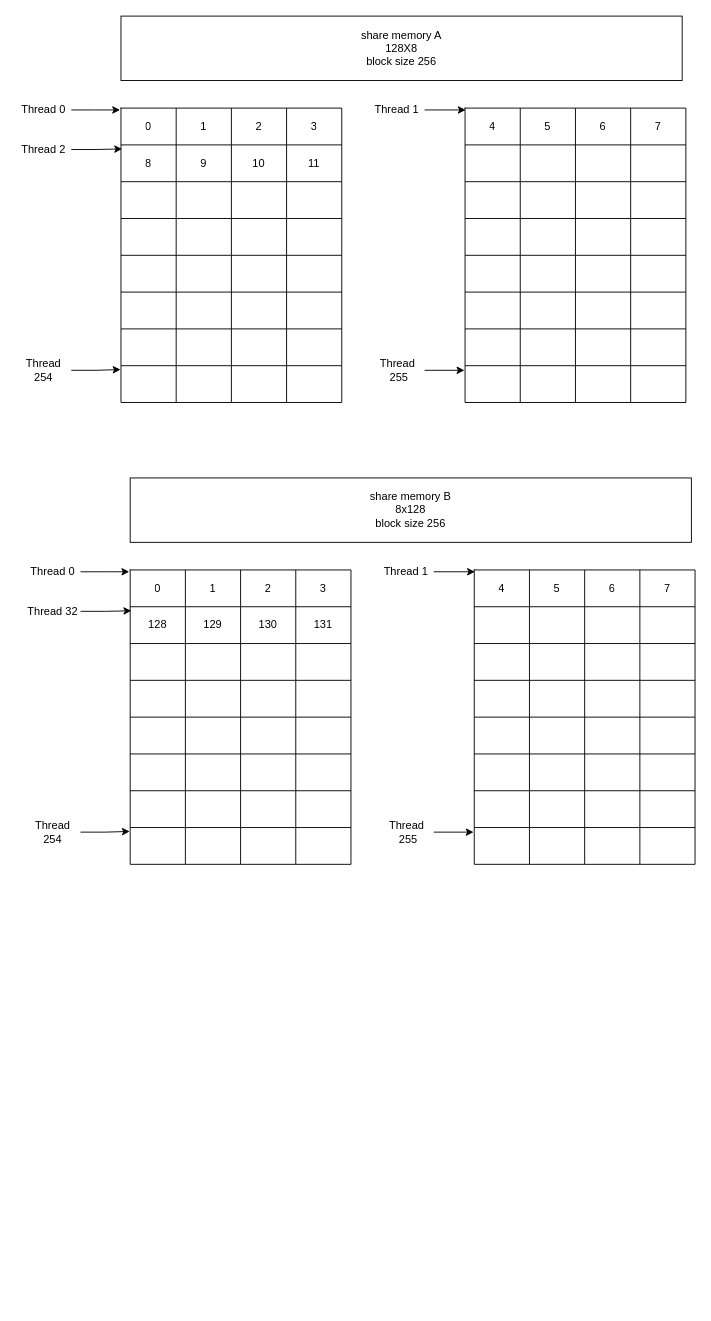
COthello/mesadoc keeps this draw.io diagram as cuda_matmul.drawio. Above is the earlier version. Source tidied: cells renumbered, new cells numbered last; positions are measured from the earlier drawing's top-left corner, leaving out a move shared by most shapes. Both pictures are drawn from the tidied source at 92%, with x=0, y=0 at pixel (16, 16).
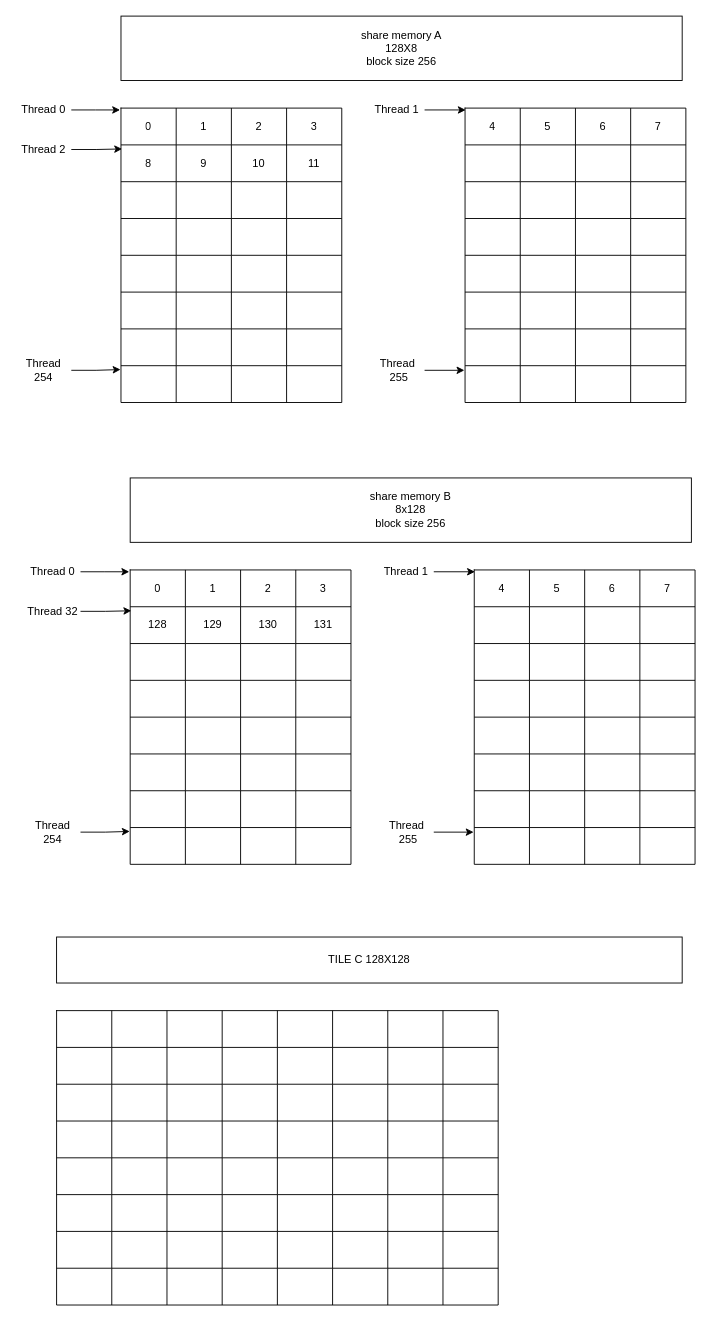
Above is the later version.

Diff of the diagram source:
```diff
@@
+    <mxCell id="188" style="shape=table;startSize=0;childLayout=tableLayout;" parent="1" vertex="1">
+      <mxGeometry x="44" y="1081" width="480" height="320" as="geometry" />
+    </mxCell>
+    <mxCell id="189" style="shape=tableRow;horizontal=0;startSize=0;swimlaneHead=0;swimlaneBody=0;strokeColor=inherit;top=0;left=0;bottom=0;right=0;fillColor=none;" parent="188" vertex="1">
+      <mxGeometry width="480" height="40" as="geometry" />
+    </mxCell>
+    <mxCell id="190" style="shape=partialRectangle;html=1;whiteSpace=wrap;strokeColor=inherit;overflow=hidden;fillColor=none;top=0;left=0;bottom=0;right=0;" parent="189" vertex="1">
+      <mxGeometry width="60" height="40" as="geometry" />
+    </mxCell>
+    <mxCell id="191" style="shape=partialRectangle;html=1;whiteSpace=wrap;strokeColor=inherit;overflow=hidden;fillColor=none;top=0;left=0;bottom=0;right=0;" parent="189" vertex="1">
+      <mxGeometry x="60" width="60" height="40" as="geometry" />
+    </mxCell>
+    <mxCell id="192" style="shape=partialRectangle;html=1;whiteSpace=wrap;strokeColor=inherit;overflow=hidden;fillColor=none;top=0;left=0;bottom=0;right=0;" parent="189" vertex="1">
+      <mxGeometry x="120" width="60" height="40" as="geometry" />
+    </mxCell>
+    <mxCell id="193" style="shape=partialRectangle;html=1;whiteSpace=wrap;strokeColor=inherit;overflow=hidden;fillColor=none;top=0;left=0;bottom=0;right=0;" parent="189" vertex="1">
+      <mxGeometry x="180" width="60" height="40" as="geometry" />
+    </mxCell>
+    <mxCell id="194" style="shape=partialRectangle;html=1;whiteSpace=wrap;strokeColor=inherit;overflow=hidden;fillColor=none;top=0;left=0;bottom=0;right=0;" parent="189" vertex="1">
+      <mxGeometry x="240" width="60" height="40" as="geometry" />
+    </mxCell>
+    <mxCell id="195" style="shape=partialRectangle;html=1;whiteSpace=wrap;strokeColor=inherit;overflow=hidden;fillColor=none;top=0;left=0;bottom=0;right=0;" parent="189" vertex="1">
+      <mxGeometry x="300" width="60" height="40" as="geometry" />
+    </mxCell>
+    <mxCell id="196" style="shape=partialRectangle;html=1;whiteSpace=wrap;strokeColor=inherit;overflow=hidden;fillColor=none;top=0;left=0;bottom=0;right=0;" parent="189" vertex="1">
+      <mxGeometry x="360" width="60" height="40" as="geometry" />
+    </mxCell>
+    <mxCell id="197" style="shape=partialRectangle;html=1;whiteSpace=wrap;strokeColor=inherit;overflow=hidden;fillColor=none;top=0;left=0;bottom=0;right=0;" parent="189" vertex="1">
+      <mxGeometry x="420" width="60" height="40" as="geometry" />
+    </mxCell>
+    <mxCell id="198" style="shape=tableRow;horizontal=0;startSize=0;swimlaneHead=0;swimlaneBody=0;strokeColor=inherit;top=0;left=0;bottom=0;right=0;fillColor=none;" parent="188" vertex="1">
+      <mxGeometry y="40" width="480" height="40" as="geometry" />
+    </mxCell>
+    <mxCell id="199" style="shape=partialRectangle;html=1;whiteSpace=wrap;strokeColor=inherit;overflow=hidden;fillColor=none;top=0;left=0;bottom=0;right=0;" parent="198" vertex="1">
+      <mxGeometry width="60" height="40" as="geometry" />
+    </mxCell>
+    <mxCell id="200" style="shape=partialRectangle;html=1;whiteSpace=wrap;strokeColor=inherit;overflow=hidden;fillColor=none;top=0;left=0;bottom=0;right=0;" parent="198" vertex="1">
+      <mxGeometry x="60" width="60" height="40" as="geometry" />
+    </mxCell>
+    <mxCell id="201" style="shape=partialRectangle;html=1;whiteSpace=wrap;strokeColor=inherit;overflow=hidden;fillColor=none;top=0;left=0;bottom=0;right=0;" parent="198" vertex="1">
+      <mxGeometry x="120" width="60" height="40" as="geometry" />
+    </mxCell>
+    <mxCell id="202" style="shape=partialRectangle;html=1;whiteSpace=wrap;strokeColor=inherit;overflow=hidden;fillColor=none;top=0;left=0;bottom=0;right=0;" parent="198" vertex="1">
+      <mxGeometry x="180" width="60" height="40" as="geometry" />
+    </mxCell>
+    <mxCell id="203" style="shape=partialRectangle;html=1;whiteSpace=wrap;strokeColor=inherit;overflow=hidden;fillColor=none;top=0;left=0;bottom=0;right=0;" parent="198" vertex="1">
+      <mxGeometry x="240" width="60" height="40" as="geometry" />
+    </mxCell>
+    <mxCell id="204" style="shape=partialRectangle;html=1;whiteSpace=wrap;strokeColor=inherit;overflow=hidden;fillColor=none;top=0;left=0;bottom=0;right=0;" parent="198" vertex="1">
+      <mxGeometry x="300" width="60" height="40" as="geometry" />
+    </mxCell>
+    <mxCell id="205" style="shape=partialRectangle;html=1;whiteSpace=wrap;strokeColor=inherit;overflow=hidden;fillColor=none;top=0;left=0;bottom=0;right=0;" parent="198" vertex="1">
+      <mxGeometry x="360" width="60" height="40" as="geometry" />
+    </mxCell>
+    <mxCell id="206" style="shape=partialRectangle;html=1;whiteSpace=wrap;strokeColor=inherit;overflow=hidden;fillColor=none;top=0;left=0;bottom=0;right=0;" parent="198" vertex="1">
+      <mxGeometry x="420" width="60" height="40" as="geometry" />
+    </mxCell>
+    <mxCell id="207" style="shape=tableRow;horizontal=0;startSize=0;swimlaneHead=0;swimlaneBody=0;strokeColor=inherit;top=0;left=0;bottom=0;right=0;fillColor=none;" parent="188" vertex="1">
+      <mxGeometry y="80" width="480" height="40" as="geometry" />
+    </mxCell>
+    <mxCell id="208" style="shape=partialRectangle;html=1;whiteSpace=wrap;strokeColor=inherit;overflow=hidden;fillColor=none;top=0;left=0;bottom=0;right=0;" parent="207" vertex="1">
+      <mxGeometry width="60" height="40" as="geometry" />
+    </mxCell>
+    <mxCell id="209" style="shape=partialRectangle;html=1;whiteSpace=wrap;strokeColor=inherit;overflow=hidden;fillColor=none;top=0;left=0;bottom=0;right=0;" parent="207" vertex="1">
+      <mxGeometry x="60" width="60" height="40" as="geometry" />
+    </mxCell>
+    <mxCell id="210" style="shape=partialRectangle;html=1;whiteSpace=wrap;strokeColor=inherit;overflow=hidden;fillColor=none;top=0;left=0;bottom=0;right=0;" parent="207" vertex="1">
+      <mxGeometry x="120" width="60" height="40" as="geometry" />
+    </mxCell>
+    <mxCell id="211" style="shape=partialRectangle;html=1;whiteSpace=wrap;strokeColor=inherit;overflow=hidden;fillColor=none;top=0;left=0;bottom=0;right=0;" parent="207" vertex="1">
+      <mxGeometry x="180" width="60" height="40" as="geometry" />
+    </mxCell>
+    <mxCell id="212" style="shape=partialRectangle;html=1;whiteSpace=wrap;strokeColor=inherit;overflow=hidden;fillColor=none;top=0;left=0;bottom=0;right=0;" parent="207" vertex="1">
+      <mxGeometry x="240" width="60" height="40" as="geometry" />
+    </mxCell>
+    <mxCell id="213" style="shape=partialRectangle;html=1;whiteSpace=wrap;strokeColor=inherit;overflow=hidden;fillColor=none;top=0;left=0;bottom=0;right=0;" parent="207" vertex="1">
+      <mxGeometry x="300" width="60" height="40" as="geometry" />
+    </mxCell>
+    <mxCell id="214" style="shape=partialRectangle;html=1;whiteSpace=wrap;strokeColor=inherit;overflow=hidden;fillColor=none;top=0;left=0;bottom=0;right=0;" parent="207" vertex="1">
+      <mxGeometry x="360" width="60" height="40" as="geometry" />
+    </mxCell>
+    <mxCell id="215" style="shape=partialRectangle;html=1;whiteSpace=wrap;strokeColor=inherit;overflow=hidden;fillColor=none;top=0;left=0;bottom=0;right=0;" parent="207" vertex="1">
+      <mxGeometry x="420" width="60" height="40" as="geometry" />
+    </mxCell>
+    <mxCell id="216" style="shape=tableRow;horizontal=0;startSize=0;swimlaneHead=0;swimlaneBody=0;strokeColor=inherit;top=0;left=0;bottom=0;right=0;fillColor=none;" parent="188" vertex="1">
+      <mxGeometry y="120" width="480" height="40" as="geometry" />
+    </mxCell>
+    <mxCell id="217" style="shape=partialRectangle;html=1;whiteSpace=wrap;strokeColor=inherit;overflow=hidden;fillColor=none;top=0;left=0;bottom=0;right=0;" parent="216" vertex="1">
+      <mxGeometry width="60" height="40" as="geometry" />
+    </mxCell>
+    <mxCell id="218" style="shape=partialRectangle;html=1;whiteSpace=wrap;strokeColor=inherit;overflow=hidden;fillColor=none;top=0;left=0;bottom=0;right=0;" parent="216" vertex="1">
+      <mxGeometry x="60" width="60" height="40" as="geometry" />
+    </mxCell>
+    <mxCell id="219" style="shape=partialRectangle;html=1;whiteSpace=wrap;strokeColor=inherit;overflow=hidden;fillColor=none;top=0;left=0;bottom=0;right=0;" parent="216" vertex="1">
+      <mxGeometry x="120" width="60" height="40" as="geometry" />
+    </mxCell>
+    <mxCell id="220" style="shape=partialRectangle;html=1;whiteSpace=wrap;strokeColor=inherit;overflow=hidden;fillColor=none;top=0;left=0;bottom=0;right=0;" parent="216" vertex="1">
+      <mxGeometry x="180" width="60" height="40" as="geometry" />
+    </mxCell>
+    <mxCell id="221" style="shape=partialRectangle;html=1;whiteSpace=wrap;strokeColor=inherit;overflow=hidden;fillColor=none;top=0;left=0;bottom=0;right=0;" parent="216" vertex="1">
+      <mxGeometry x="240" width="60" height="40" as="geometry" />
+    </mxCell>
+    <mxCell id="222" style="shape=partialRectangle;html=1;whiteSpace=wrap;strokeColor=inherit;overflow=hidden;fillColor=none;top=0;left=0;bottom=0;right=0;" parent="216" vertex="1">
+      <mxGeometry x="300" width="60" height="40" as="geometry" />
+    </mxCell>
+    <mxCell id="223" style="shape=partialRectangle;html=1;whiteSpace=wrap;strokeColor=inherit;overflow=hidden;fillColor=none;top=0;left=0;bottom=0;right=0;" parent="216" vertex="1">
+      <mxGeometry x="360" width="60" height="40" as="geometry" />
+    </mxCell>
+    <mxCell id="224" style="shape=partialRectangle;html=1;whiteSpace=wrap;strokeColor=inherit;overflow=hidden;fillColor=none;top=0;left=0;bottom=0;right=0;" parent="216" vertex="1">
+      <mxGeometry x="420" width="60" height="40" as="geometry" />
+    </mxCell>
+    <mxCell id="225" style="shape=tableRow;horizontal=0;startSize=0;swimlaneHead=0;swimlaneBody=0;strokeColor=inherit;top=0;left=0;bottom=0;right=0;fillColor=none;" parent="188" vertex="1">
+      <mxGeometry y="160" width="480" height="40" as="geometry" />
+    </mxCell>
+    <mxCell id="226" style="shape=partialRectangle;html=1;whiteSpace=wrap;strokeColor=inherit;overflow=hidden;fillColor=none;top=0;left=0;bottom=0;right=0;" parent="225" vertex="1">
+      <mxGeometry width="60" height="40" as="geometry" />
+    </mxCell>
+    <mxCell id="227" style="shape=partialRectangle;html=1;whiteSpace=wrap;strokeColor=inherit;overflow=hidden;fillColor=none;top=0;left=0;bottom=0;right=0;" parent="225" vertex="1">
+      <mxGeometry x="60" width="60" height="40" as="geometry" />
+    </mxCell>
+    <mxCell id="228" style="shape=partialRectangle;html=1;whiteSpace=wrap;strokeColor=inherit;overflow=hidden;fillColor=none;top=0;left=0;bottom=0;right=0;" parent="225" vertex="1">
+      <mxGeometry x="120" width="60" height="40" as="geometry" />
+    </mxCell>
+    <mxCell id="229" style="shape=partialRectangle;html=1;whiteSpace=wrap;strokeColor=inherit;overflow=hidden;fillColor=none;top=0;left=0;bottom=0;right=0;" parent="225" vertex="1">
+      <mxGeometry x="180" width="60" height="40" as="geometry" />
+    </mxCell>
+    <mxCell id="230" style="shape=partialRectangle;html=1;whiteSpace=wrap;strokeColor=inherit;overflow=hidden;fillColor=none;top=0;left=0;bottom=0;right=0;" parent="225" vertex="1">
+      <mxGeometry x="240" width="60" height="40" as="geometry" />
+    </mxCell>
+    <mxCell id="231" style="shape=partialRectangle;html=1;whiteSpace=wrap;strokeColor=inherit;overflow=hidden;fillColor=none;top=0;left=0;bottom=0;right=0;" parent="225" vertex="1">
+      <mxGeometry x="300" width="60" height="40" as="geometry" />
+    </mxCell>
+    <mxCell id="232" style="shape=partialRectangle;html=1;whiteSpace=wrap;strokeColor=inherit;overflow=hidden;fillColor=none;top=0;left=0;bottom=0;right=0;" parent="225" vertex="1">
+      <mxGeometry x="360" width="60" height="40" as="geometry" />
+    </mxCell>
+    <mxCell id="233" style="shape=partialRectangle;html=1;whiteSpace=wrap;strokeColor=inherit;overflow=hidden;fillColor=none;top=0;left=0;bottom=0;right=0;" parent="225" vertex="1">
+      <mxGeometry x="420" width="60" height="40" as="geometry" />
+    </mxCell>
+    <mxCell id="234" style="shape=tableRow;horizontal=0;startSize=0;swimlaneHead=0;swimlaneBody=0;strokeColor=inherit;top=0;left=0;bottom=0;right=0;fillColor=none;" parent="188" vertex="1">
+      <mxGeometry y="200" width="480" height="40" as="geometry" />
+    </mxCell>
+    <mxCell id="235" style="shape=partialRectangle;html=1;whiteSpace=wrap;strokeColor=inherit;overflow=hidden;fillColor=none;top=0;left=0;bottom=0;right=0;" parent="234" vertex="1">
+      <mxGeometry width="60" height="40" as="geometry" />
+    </mxCell>
+    <mxCell id="236" style="shape=partialRectangle;html=1;whiteSpace=wrap;strokeColor=inherit;overflow=hidden;fillColor=none;top=0;left=0;bottom=0;right=0;" parent="234" vertex="1">
+      <mxGeometry x="60" width="60" height="40" as="geometry" />
+    </mxCell>
+    <mxCell id="237" style="shape=partialRectangle;html=1;whiteSpace=wrap;strokeColor=inherit;overflow=hidden;fillColor=none;top=0;left=0;bottom=0;right=0;" parent="234" vertex="1">
+      <mxGeometry x="120" width="60" height="40" as="geometry" />
+    </mxCell>
+    <mxCell id="238" style="shape=partialRectangle;html=1;whiteSpace=wrap;strokeColor=inherit;overflow=hidden;fillColor=none;top=0;left=0;bottom=0;right=0;" parent="234" vertex="1">
+      <mxGeometry x="180" width="60" height="40" as="geometry" />
+    </mxCell>
+    <mxCell id="239" style="shape=partialRectangle;html=1;whiteSpace=wrap;strokeColor=inherit;overflow=hidden;fillColor=none;top=0;left=0;bottom=0;right=0;" parent="234" vertex="1">
+      <mxGeometry x="240" width="60" height="40" as="geometry" />
+    </mxCell>
+    <mxCell id="240" style="shape=partialRectangle;html=1;whiteSpace=wrap;strokeColor=inherit;overflow=hidden;fillColor=none;top=0;left=0;bottom=0;right=0;" parent="234" vertex="1">
+      <mxGeometry x="300" width="60" height="40" as="geometry" />
+    </mxCell>
+    <mxCell id="241" style="shape=partialRectangle;html=1;whiteSpace=wrap;strokeColor=inherit;overflow=hidden;fillColor=none;top=0;left=0;bottom=0;right=0;" parent="234" vertex="1">
+      <mxGeometry x="360" width="60" height="40" as="geometry" />
+    </mxCell>
+    <mxCell id="242" style="shape=partialRectangle;html=1;whiteSpace=wrap;strokeColor=inherit;overflow=hidden;fillColor=none;top=0;left=0;bottom=0;right=0;" parent="234" vertex="1">
+      <mxGeometry x="420" width="60" height="40" as="geometry" />
+    </mxCell>
+    <mxCell id="243" style="shape=tableRow;horizontal=0;startSize=0;swimlaneHead=0;swimlaneBody=0;strokeColor=inherit;top=0;left=0;bottom=0;right=0;fillColor=none;" parent="188" vertex="1">
+      <mxGeometry y="240" width="480" height="40" as="geometry" />
+    </mxCell>
+    <mxCell id="244" style="shape=partialRectangle;html=1;whiteSpace=wrap;strokeColor=inherit;overflow=hidden;fillColor=none;top=0;left=0;bottom=0;right=0;" parent="243" vertex="1">
+      <mxGeometry width="60" height="40" as="geometry" />
+    </mxCell>
+    <mxCell id="245" style="shape=partialRectangle;html=1;whiteSpace=wrap;strokeColor=inherit;overflow=hidden;fillColor=none;top=0;left=0;bottom=0;right=0;" parent="243" vertex="1">
+      <mxGeometry x="60" width="60" height="40" as="geometry" />
+    </mxCell>
+    <mxCell id="246" style="shape=partialRectangle;html=1;whiteSpace=wrap;strokeColor=inherit;overflow=hidden;fillColor=none;top=0;left=0;bottom=0;right=0;" parent="243" vertex="1">
+      <mxGeometry x="120" width="60" height="40" as="geometry" />
+    </mxCell>
+    <mxCell id="247" style="shape=partialRectangle;html=1;whiteSpace=wrap;strokeColor=inherit;overflow=hidden;fillColor=none;top=0;left=0;bottom=0;right=0;" parent="243" vertex="1">
+      <mxGeometry x="180" width="60" height="40" as="geometry" />
+    </mxCell>
+    <mxCell id="248" style="shape=partialRectangle;html=1;whiteSpace=wrap;strokeColor=inherit;overflow=hidden;fillColor=none;top=0;left=0;bottom=0;right=0;" parent="243" vertex="1">
+      <mxGeometry x="240" width="60" height="40" as="geometry" />
+    </mxCell>
+    <mxCell id="249" style="shape=partialRectangle;html=1;whiteSpace=wrap;strokeColor=inherit;overflow=hidden;fillColor=none;top=0;left=0;bottom=0;right=0;" parent="243" vertex="1">
+      <mxGeometry x="300" width="60" height="40" as="geometry" />
+    </mxCell>
+    <mxCell id="250" style="shape=partialRectangle;html=1;whiteSpace=wrap;strokeColor=inherit;overflow=hidden;fillColor=none;top=0;left=0;bottom=0;right=0;" parent="243" vertex="1">
+      <mxGeometry x="360" width="60" height="40" as="geometry" />
+    </mxCell>
+    <mxCell id="251" style="shape=partialRectangle;html=1;whiteSpace=wrap;strokeColor=inherit;overflow=hidden;fillColor=none;top=0;left=0;bottom=0;right=0;" parent="243" vertex="1">
+      <mxGeometry x="420" width="60" height="40" as="geometry" />
+    </mxCell>
+    <mxCell id="252" style="shape=tableRow;horizontal=0;startSize=0;swimlaneHead=0;swimlaneBody=0;strokeColor=inherit;top=0;left=0;bottom=0;right=0;fillColor=none;" parent="188" vertex="1">
+      <mxGeometry y="280" width="480" height="40" as="geometry" />
+    </mxCell>
+    <mxCell id="253" style="shape=partialRectangle;html=1;whiteSpace=wrap;strokeColor=inherit;overflow=hidden;fillColor=none;top=0;left=0;bottom=0;right=0;" parent="252" vertex="1">
+      <mxGeometry width="60" height="40" as="geometry" />
+    </mxCell>
+    <mxCell id="254" style="shape=partialRectangle;html=1;whiteSpace=wrap;strokeColor=inherit;overflow=hidden;fillColor=none;top=0;left=0;bottom=0;right=0;" parent="252" vertex="1">
+      <mxGeometry x="60" width="60" height="40" as="geometry" />
+    </mxCell>
+    <mxCell id="255" style="shape=partialRectangle;html=1;whiteSpace=wrap;strokeColor=inherit;overflow=hidden;fillColor=none;top=0;left=0;bottom=0;right=0;" parent="252" vertex="1">
+      <mxGeometry x="120" width="60" height="40" as="geometry" />
+    </mxCell>
+    <mxCell id="256" style="shape=partialRectangle;html=1;whiteSpace=wrap;strokeColor=inherit;overflow=hidden;fillColor=none;top=0;left=0;bottom=0;right=0;" parent="252" vertex="1">
+      <mxGeometry x="180" width="60" height="40" as="geometry" />
+    </mxCell>
+    <mxCell id="257" style="shape=partialRectangle;html=1;whiteSpace=wrap;strokeColor=inherit;overflow=hidden;fillColor=none;top=0;left=0;bottom=0;right=0;" parent="252" vertex="1">
+      <mxGeometry x="240" width="60" height="40" as="geometry" />
+    </mxCell>
+    <mxCell id="258" style="shape=partialRectangle;html=1;whiteSpace=wrap;strokeColor=inherit;overflow=hidden;fillColor=none;top=0;left=0;bottom=0;right=0;" parent="252" vertex="1">
+      <mxGeometry x="300" width="60" height="40" as="geometry" />
+    </mxCell>
+    <mxCell id="259" style="shape=partialRectangle;html=1;whiteSpace=wrap;strokeColor=inherit;overflow=hidden;fillColor=none;top=0;left=0;bottom=0;right=0;" parent="252" vertex="1">
+      <mxGeometry x="360" width="60" height="40" as="geometry" />
+    </mxCell>
+    <mxCell id="260" style="shape=partialRectangle;html=1;whiteSpace=wrap;strokeColor=inherit;overflow=hidden;fillColor=none;top=0;left=0;bottom=0;right=0;" parent="252" vertex="1">
+      <mxGeometry x="420" width="60" height="40" as="geometry" />
+    </mxCell>
+    <mxCell id="261" value="TILE C 128X128" style="rounded=0;whiteSpace=wrap;html=1;" parent="1" vertex="1">
+      <mxGeometry x="44" y="1001" width="680" height="50" as="geometry" />
+    </mxCell>
```
